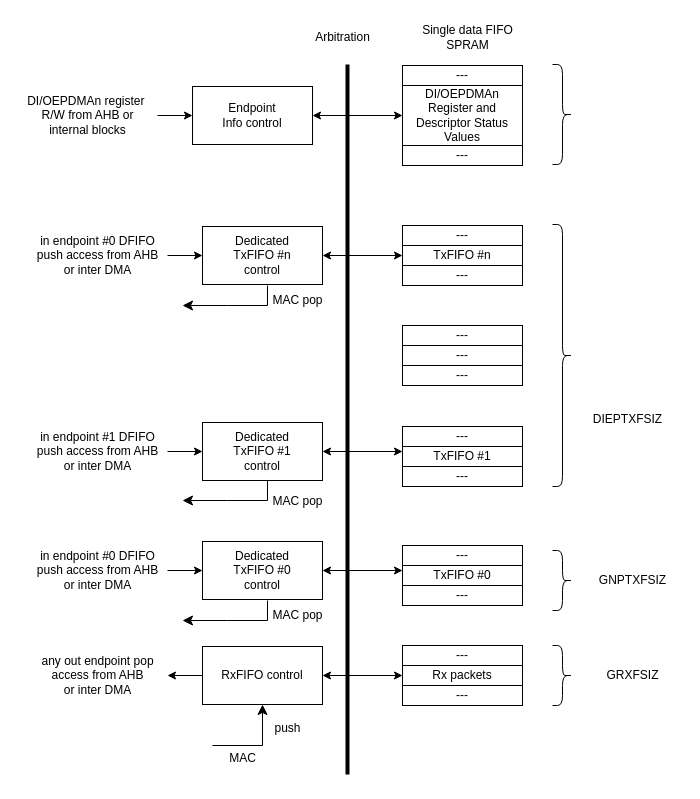
Vinson-001/Blog-flow-chart keeps this draw.io diagram as page "第 12 页" (12 of 13) of USB 控制器与 phy.drawio. Above is the earlier version. Source tidied: cells renumbered, new cells numbered last; positions are measured from the earlier drawing's top-left corner, leaving out a move shared by most shapes. Both pictures are drawn from the tidied source at 100%, with x=0, y=0 at pixel (17, 17).
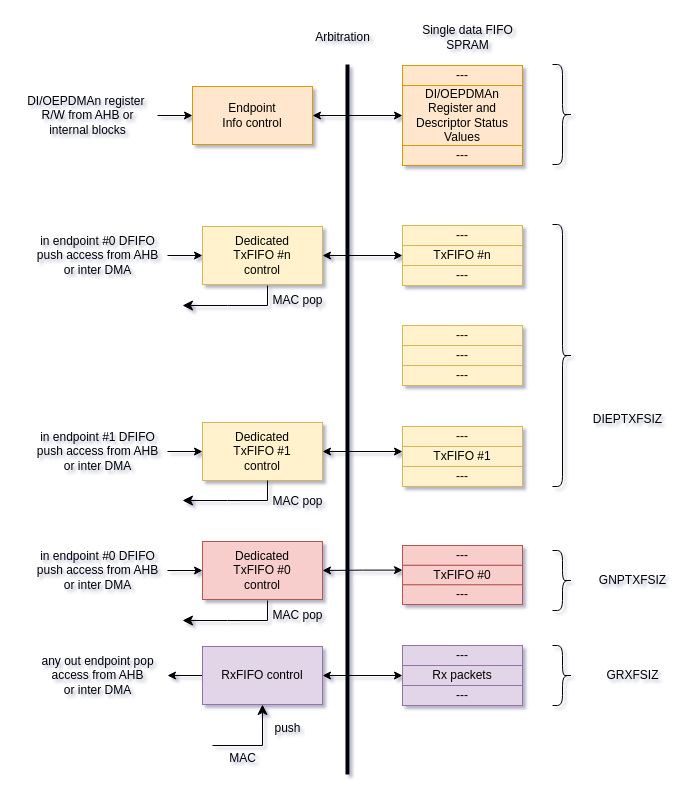
After the change.

Commit message (it also covers changes not shown here):
更新USB 控制器与 phy.drawio

The change refers to these unchanged cells:
```xml
<mxCell id="23" style="group;" parent="1" vertex="1">
  <mxGeometry x="385" y="409" width="120" height="60" as="geometry" />
</mxCell>
```

Change to the diagram source:
```diff
@@
-<mxGraphModel>
+<mxGraphModel shadow="1">
@@
-    <mxCell id="3" value="RxFIFO control" style="rounded=0;whiteSpace=wrap;html=1;" parent="1" vertex="1">
+    <mxCell id="3" value="RxFIFO control" style="rounded=0;whiteSpace=wrap;html=1;fillColor=#e1d5e7;strokeColor=#9673a6;" parent="1" vertex="1">
       <mxGeometry x="185" y="629" width="120" height="58" as="geometry" />
     </mxCell>
@@
-    <mxCell id="5" value="TxFIFO #n" style="rounded=0;whiteSpace=wrap;html=1;" parent="1" vertex="1">
+    <mxCell id="5" value="TxFIFO #n" style="rounded=0;whiteSpace=wrap;html=1;fillColor=#fff2cc;strokeColor=#d6b656;" parent="1" vertex="1">
       <mxGeometry x="385" y="228" width="120" height="20" as="geometry" />
     </mxCell>
-    <mxCell id="6" value="---" style="rounded=0;whiteSpace=wrap;html=1;" parent="1" vertex="1">
+    <mxCell id="6" value="---" style="rounded=0;whiteSpace=wrap;html=1;fillColor=#fff2cc;strokeColor=#d6b656;" parent="1" vertex="1">
       <mxGeometry x="385" y="248" width="120" height="20" as="geometry" />
     </mxCell>
-    <mxCell id="7" value="---" style="rounded=0;whiteSpace=wrap;html=1;" parent="1" vertex="1">
+    <mxCell id="7" value="---" style="rounded=0;whiteSpace=wrap;html=1;fillColor=#fff2cc;strokeColor=#d6b656;" parent="1" vertex="1">
       <mxGeometry x="385" y="208" width="120" height="20" as="geometry" />
     </mxCell>
@@
-    <mxCell id="12" value="DI/OEPDMAn Register and Descriptor Status Values" style="rounded=0;whiteSpace=wrap;html=1;" parent="1" vertex="1">
+    <mxCell id="12" value="DI/OEPDMAn Register and Descriptor Status Values" style="rounded=0;whiteSpace=wrap;html=1;fillColor=#ffe6cc;strokeColor=#d79b00;" parent="1" vertex="1">
       <mxGeometry x="385" y="68" width="120" height="60" as="geometry" />
     </mxCell>
-    <mxCell id="13" value="---" style="rounded=0;whiteSpace=wrap;html=1;" parent="1" vertex="1">
+    <mxCell id="13" value="---" style="rounded=0;whiteSpace=wrap;html=1;fillColor=#ffe6cc;strokeColor=#d79b00;" parent="1" vertex="1">
       <mxGeometry x="385" y="128" width="120" height="20" as="geometry" />
     </mxCell>
-    <mxCell id="14" value="---" style="rounded=0;whiteSpace=wrap;html=1;" parent="1" vertex="1">
+    <mxCell id="14" value="---" style="rounded=0;whiteSpace=wrap;html=1;fillColor=#ffe6cc;strokeColor=#d79b00;" parent="1" vertex="1">
       <mxGeometry x="385" y="48" width="120" height="20" as="geometry" />
     </mxCell>
-    <mxCell id="15" style="group;" parent="1" vertex="1">
+    <mxCell id="15" style="group;fillColor=#e1d5e7;strokeColor=#9673a6;" parent="1" vertex="1">
       <mxGeometry x="385" y="628" width="120" height="60" as="geometry" />
     </mxCell>
-    <mxCell id="16" value="Rx packets" style="rounded=0;whiteSpace=wrap;html=1;" parent="15" vertex="1">
+    <mxCell id="16" value="Rx packets" style="rounded=0;whiteSpace=wrap;html=1;fillColor=#e1d5e7;strokeColor=#9673a6;" parent="15" vertex="1">
       <mxGeometry y="20" width="120" height="20" as="geometry" />
     </mxCell>
-    <mxCell id="17" value="---" style="rounded=0;whiteSpace=wrap;html=1;" parent="15" vertex="1">
+    <mxCell id="17" value="---" style="rounded=0;whiteSpace=wrap;html=1;fillColor=#e1d5e7;strokeColor=#9673a6;" parent="15" vertex="1">
       <mxGeometry y="40" width="120" height="20" as="geometry" />
     </mxCell>
-    <mxCell id="18" value="---" style="rounded=0;whiteSpace=wrap;html=1;" parent="15" vertex="1">
+    <mxCell id="18" value="---" style="rounded=0;whiteSpace=wrap;html=1;fillColor=#e1d5e7;strokeColor=#9673a6;" parent="15" vertex="1">
       <mxGeometry width="120" height="20" as="geometry" />
     </mxCell>
-    <mxCell id="19" style="group;" parent="1" vertex="1">
-      <mxGeometry x="385" y="528" width="120" height="60" as="geometry" />
+    <mxCell id="19" style="group;fillColor=#f8cecc;strokeColor=#b85450;" parent="1" vertex="1">
+      <mxGeometry x="385" y="528" width="120" height="59" as="geometry" />
     </mxCell>
-    <mxCell id="20" value="TxFIFO #0" style="rounded=0;whiteSpace=wrap;html=1;" parent="19" vertex="1">
-      <mxGeometry y="20" width="120" height="20" as="geometry" />
+    <mxCell id="20" value="TxFIFO #0" style="rounded=0;whiteSpace=wrap;html=1;fillColor=#f8cecc;strokeColor=#b85450;" parent="19" vertex="1">
+      <mxGeometry y="19.7" width="120" height="19.7" as="geometry" />
     </mxCell>
-    <mxCell id="21" value="---" style="rounded=0;whiteSpace=wrap;html=1;" parent="19" vertex="1">
-      <mxGeometry y="40" width="120" height="20" as="geometry" />
+    <mxCell id="21" value="---" style="rounded=0;whiteSpace=wrap;html=1;fillColor=#f8cecc;strokeColor=#b85450;" parent="19" vertex="1">
+      <mxGeometry y="39.3" width="120" height="19.7" as="geometry" />
     </mxCell>
-    <mxCell id="22" value="---" style="rounded=0;whiteSpace=wrap;html=1;" parent="19" vertex="1">
-      <mxGeometry width="120" height="20" as="geometry" />
+    <mxCell id="22" value="---" style="rounded=0;whiteSpace=wrap;html=1;fillColor=#f8cecc;strokeColor=#b85450;" parent="19" vertex="1">
+      <mxGeometry width="120" height="19.7" as="geometry" />
     </mxCell>
@@
-    <mxCell id="24" value="TxFIFO #1" style="rounded=0;whiteSpace=wrap;html=1;" parent="23" vertex="1">
+    <mxCell id="24" value="TxFIFO #1" style="rounded=0;whiteSpace=wrap;html=1;fillColor=#fff2cc;strokeColor=#d6b656;" parent="23" vertex="1">
       <mxGeometry y="20" width="120" height="20" as="geometry" />
     </mxCell>
-    <mxCell id="25" value="---" style="rounded=0;whiteSpace=wrap;html=1;" parent="23" vertex="1">
+    <mxCell id="25" value="---" style="rounded=0;whiteSpace=wrap;html=1;fillColor=#fff2cc;strokeColor=#d6b656;" parent="23" vertex="1">
       <mxGeometry y="40" width="120" height="20" as="geometry" />
     </mxCell>
-    <mxCell id="26" value="---" style="rounded=0;whiteSpace=wrap;html=1;" parent="23" vertex="1">
+    <mxCell id="26" value="---" style="rounded=0;whiteSpace=wrap;html=1;fillColor=#fff2cc;strokeColor=#d6b656;" parent="23" vertex="1">
       <mxGeometry width="120" height="20" as="geometry" />
     </mxCell>
-    <mxCell id="27" style="group;" parent="1" vertex="1">
+    <mxCell id="27" style="group;fillColor=#fff2cc;strokeColor=#d6b656;" parent="1" vertex="1">
       <mxGeometry x="385" y="308" width="120" height="60" as="geometry" />
     </mxCell>
-    <mxCell id="28" value="---" style="rounded=0;whiteSpace=wrap;html=1;" parent="27" vertex="1">
+    <mxCell id="28" value="---" style="rounded=0;whiteSpace=wrap;html=1;fillColor=#fff2cc;strokeColor=#d6b656;" parent="27" vertex="1">
       <mxGeometry y="20" width="120" height="20" as="geometry" />
     </mxCell>
-    <mxCell id="29" value="---" style="rounded=0;whiteSpace=wrap;html=1;" parent="27" vertex="1">
+    <mxCell id="29" value="---" style="rounded=0;whiteSpace=wrap;html=1;fillColor=#fff2cc;strokeColor=#d6b656;" parent="27" vertex="1">
       <mxGeometry y="40" width="120" height="20" as="geometry" />
     </mxCell>
-    <mxCell id="30" value="---" style="rounded=0;whiteSpace=wrap;html=1;" parent="27" vertex="1">
+    <mxCell id="30" value="---" style="rounded=0;whiteSpace=wrap;html=1;fillColor=#fff2cc;strokeColor=#d6b656;" parent="27" vertex="1">
       <mxGeometry width="120" height="20" as="geometry" />
     </mxCell>
@@
-    <mxCell id="36" value="Dedicated&lt;br&gt;TxFIFO #0&lt;br&gt;control" style="rounded=0;whiteSpace=wrap;html=1;" parent="1" vertex="1">
+    <mxCell id="36" value="Dedicated&lt;br&gt;TxFIFO #0&lt;br&gt;control" style="rounded=0;whiteSpace=wrap;html=1;fillColor=#f8cecc;strokeColor=#b85450;" parent="1" vertex="1">
       <mxGeometry x="185" y="524" width="120" height="58" as="geometry" />
     </mxCell>
@@
-    <mxCell id="43" value="Dedicated&lt;br&gt;TxFIFO #1&lt;br&gt;control" style="rounded=0;whiteSpace=wrap;html=1;" parent="1" vertex="1">
+    <mxCell id="43" value="Dedicated&lt;br&gt;TxFIFO #1&lt;br&gt;control" style="rounded=0;whiteSpace=wrap;html=1;fillColor=#fff2cc;strokeColor=#d6b656;" parent="1" vertex="1">
       <mxGeometry x="185" y="405" width="120" height="58" as="geometry" />
     </mxCell>
@@
-    <mxCell id="49" value="Dedicated&lt;br&gt;TxFIFO #n&lt;br&gt;control" style="rounded=0;whiteSpace=wrap;html=1;" parent="1" vertex="1">
+    <mxCell id="49" value="Dedicated&lt;br&gt;TxFIFO #n&lt;br&gt;control" style="rounded=0;whiteSpace=wrap;html=1;fillColor=#fff2cc;strokeColor=#d6b656;" parent="1" vertex="1">
       <mxGeometry x="185" y="209" width="120" height="58" as="geometry" />
     </mxCell>
@@
-    <mxCell id="54" value="Endpoint&lt;br&gt;Info control" style="rounded=0;whiteSpace=wrap;html=1;" parent="1" vertex="1">
+    <mxCell id="54" value="Endpoint&lt;br&gt;Info control" style="rounded=0;whiteSpace=wrap;html=1;fillColor=#ffe6cc;strokeColor=#d79b00;" parent="1" vertex="1">
       <mxGeometry x="175" y="69" width="120" height="58" as="geometry" />
     </mxCell>
```
